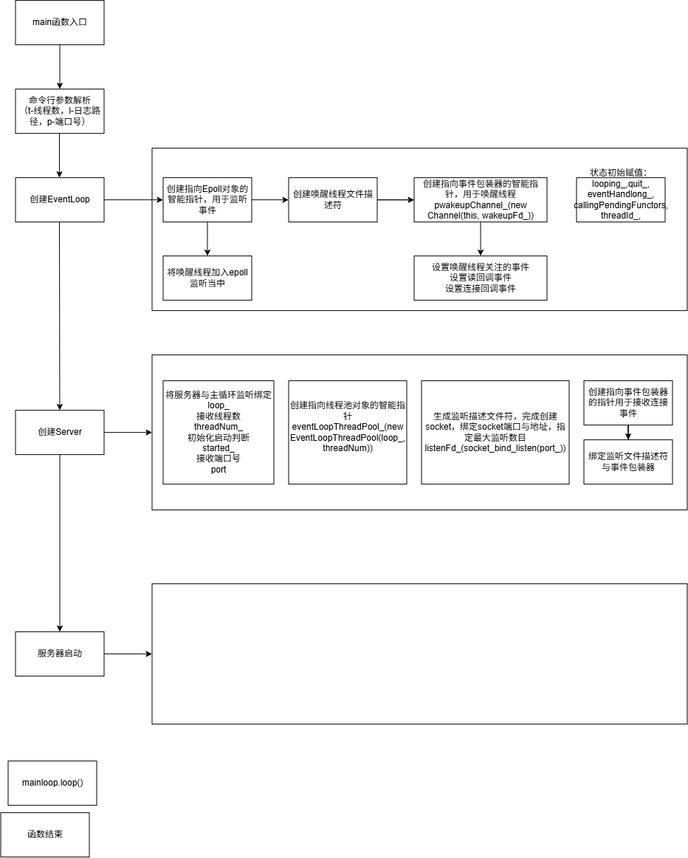
Smallwhile-huihiu/MyHttpServer keeps this draw.io diagram as codestreampicture.drawio.png. Above is the earlier version. Source tidied: cells renumbered, new cells last; positions are measured from the earlier drawing's top-left corner, leaving out a move shared by most shapes.
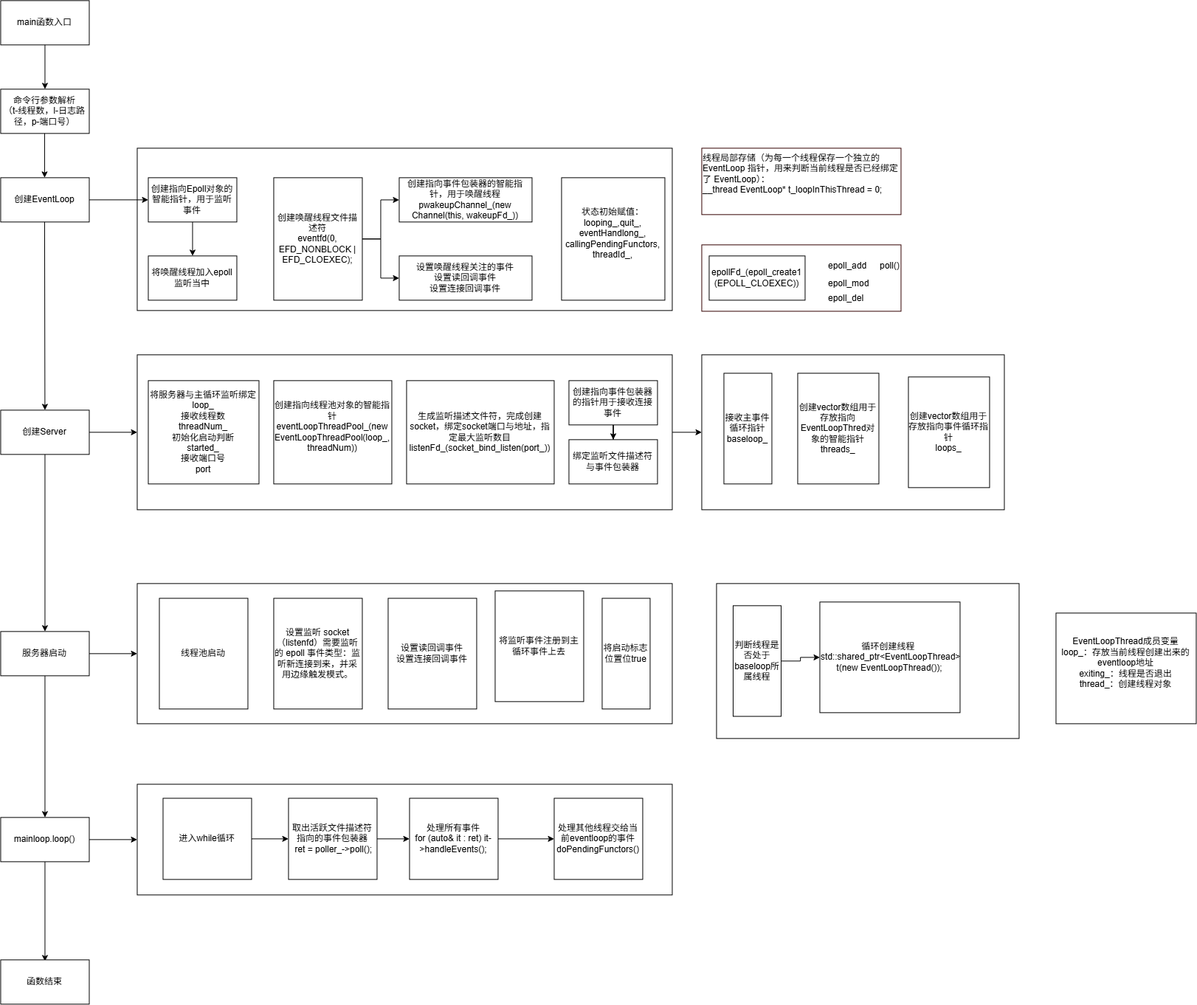
The same diagram one commit later.

What changed in the source:
```diff
@@ -42,15 +42,20 @@
         <mxPoint x="79.5" y="300" as="sourcePoint" />
       </mxGeometry>
     </mxCell>
+    <mxCell id="35" style="edgeStyle=orthogonalEdgeStyle;rounded=0;jettySize=auto;html=1;" parent="1" edge="1" source="13" target="44">
+      <mxGeometry relative="1" as="geometry" />
+    </mxCell>
+    <mxCell id="36" style="edgeStyle=orthogonalEdgeStyle;rounded=0;jettySize=auto;html=1;exitX=0.5;exitY=1;exitDx=0;exitDy=0;entryX=0.5;entryY=0;entryDx=0;entryDy=0;" parent="1" edge="1" source="13">
+      <mxGeometry relative="1" as="geometry">
+        <mxPoint x="80" y="1302" as="targetPoint" />
+      </mxGeometry>
+    </mxCell>
     <mxCell id="13" value="mainloop.loop()" style="rounded=0;whiteSpace=wrap;html=1;" parent="1" vertex="1">
-      <mxGeometry x="10" y="1030" width="120" height="60" as="geometry" />
+      <mxGeometry x="20" y="1107" width="120" height="60" as="geometry" />
     </mxCell>
     <mxCell id="14" value="函数结束" style="rounded=0;whiteSpace=wrap;html=1;" parent="1" vertex="1">
-      <mxGeometry y="1100" width="120" height="60" as="geometry" />
+      <mxGeometry x="20" y="1300" width="120" height="60" as="geometry" />
     </mxCell>
-    <mxCell id="15" style="edgeStyle=orthogonalEdgeStyle;rounded=0;jettySize=auto;html=1;" parent="1" edge="1" source="17" target="20">
-      <mxGeometry relative="1" as="geometry" />
-    </mxCell>
     <mxCell id="16" style="edgeStyle=orthogonalEdgeStyle;rounded=0;jettySize=auto;html=1;" parent="1" edge="1" source="17" target="24">
       <mxGeometry relative="1" as="geometry" />
     </mxCell>
@@ -63,11 +68,11 @@
     <mxCell id="19" style="edgeStyle=orthogonalEdgeStyle;rounded=0;jettySize=auto;html=1;" parent="1" edge="1" source="20" target="23">
       <mxGeometry relative="1" as="geometry" />
     </mxCell>
-    <mxCell id="20" value="创建唤醒线程文件描述符" style="rounded=0;whiteSpace=wrap;html=1;" parent="1" vertex="1">
-      <mxGeometry x="390" y="240" width="120" height="60" as="geometry" />
+    <mxCell id="20" value="创建唤醒线程文件描述符&lt;div&gt;eventfd(0, EFD_NONBLOCK | EFD_CLOEXEC);&lt;/div&gt;" style="rounded=0;whiteSpace=wrap;html=1;" parent="1" vertex="1">
+      <mxGeometry x="390" y="240" width="120" height="166" as="geometry" />
     </mxCell>
     <mxCell id="21" value="状态初始赋值：looping_,quit_,&lt;div&gt;eventHandlong_,&lt;/div&gt;&lt;div&gt;callingPendingFunctors,&lt;/div&gt;&lt;div&gt;threadId_,&lt;br&gt;&lt;div&gt;&lt;br&gt;&lt;/div&gt;&lt;/div&gt;" style="whiteSpace=wrap;html=1;rounded=0;" parent="1" vertex="1">
-      <mxGeometry x="780" y="240" width="120" height="60" as="geometry" />
+      <mxGeometry x="780" y="240" width="140" height="166" as="geometry" />
     </mxCell>
     <mxCell id="22" value="创建指向事件包装器的智能指针，用于唤醒线程&lt;div&gt;pwakeupChannel_(new Channel(this, wakeupFd_))&lt;/div&gt;" style="whiteSpace=wrap;html=1;rounded=0;" parent="1" vertex="1">
       <mxGeometry x="560" y="240" width="180" height="60" as="geometry" />
@@ -78,6 +83,9 @@
     <mxCell id="24" value="将唤醒线程加入epoll监听当中" style="whiteSpace=wrap;html=1;rounded=0;" parent="1" vertex="1">
       <mxGeometry x="220" y="346" width="120" height="60" as="geometry" />
     </mxCell>
+    <mxCell id="37" style="edgeStyle=orthogonalEdgeStyle;rounded=0;jettySize=auto;html=1;" parent="1" edge="1" source="25" target="59">
+      <mxGeometry relative="1" as="geometry" />
+    </mxCell>
     <mxCell id="25" style="whiteSpace=wrap;html=1;rounded=0;" parent="1" vertex="1">
       <mxGeometry x="205" y="480" width="725" height="210" as="geometry" />
     </mxCell>
@@ -102,11 +110,101 @@
     <mxCell id="32" style="edgeStyle=orthogonalEdgeStyle;rounded=0;jettySize=auto;html=1;entryX=0;entryY=0.5;entryDx=0;entryDy=0;" parent="1" edge="1" source="33" target="34">
       <mxGeometry relative="1" as="geometry" />
     </mxCell>
+    <mxCell id="38" style="edgeStyle=orthogonalEdgeStyle;rounded=0;jettySize=auto;html=1;exitX=0.5;exitY=1;exitDx=0;exitDy=0;entryX=0.5;entryY=0;entryDx=0;entryDy=0;" parent="1" edge="1" source="33" target="13">
+      <mxGeometry relative="1" as="geometry" />
+    </mxCell>
     <mxCell id="33" value="服务器启动" style="whiteSpace=wrap;html=1;rounded=0;" parent="1" vertex="1">
       <mxGeometry x="20" y="855" width="120" height="60" as="geometry" />
     </mxCell>
     <mxCell id="34" style="whiteSpace=wrap;html=1;rounded=0;" parent="1" vertex="1">
       <mxGeometry x="205" y="790" width="725" height="190" as="geometry" />
     </mxCell>
+    <mxCell id="39" value="线程池启动" style="rounded=0;whiteSpace=wrap;html=1;" parent="1" vertex="1">
+      <mxGeometry x="235" y="810" width="120" height="150" as="geometry" />
+    </mxCell>
+    <mxCell id="40" value="设置监听 socket（listenfd）需要监听的 epoll 事件类型：监听新连接到来，并采用边缘触发模式。" style="rounded=0;whiteSpace=wrap;html=1;" parent="1" vertex="1">
+      <mxGeometry x="390" y="810" width="120" height="150" as="geometry" />
+    </mxCell>
+    <mxCell id="41" value="设置读回调事件&lt;div&gt;设置连接回调事件&lt;/div&gt;" style="rounded=0;whiteSpace=wrap;html=1;" parent="1" vertex="1">
+      <mxGeometry x="545" y="810" width="120" height="150" as="geometry" />
+    </mxCell>
+    <mxCell id="42" value="将监听事件注册到主循环事件上去" style="rounded=0;whiteSpace=wrap;html=1;" parent="1" vertex="1">
+      <mxGeometry x="690" y="800" width="120" height="150" as="geometry" />
+    </mxCell>
+    <mxCell id="43" value="将启动标志位置位true" style="whiteSpace=wrap;html=1;rounded=0;" parent="1" vertex="1">
+      <mxGeometry x="835" y="810" width="65" height="150" as="geometry" />
+    </mxCell>
+    <mxCell id="44" style="rounded=0;whiteSpace=wrap;html=1;" parent="1" vertex="1">
+      <mxGeometry x="205" y="1062" width="725" height="150" as="geometry" />
+    </mxCell>
+    <mxCell id="45" style="edgeStyle=orthogonalEdgeStyle;rounded=0;jettySize=auto;html=1;" parent="1" edge="1" source="46" target="48">
+      <mxGeometry relative="1" as="geometry" />
+    </mxCell>
+    <mxCell id="46" value="进入while循环" style="rounded=0;whiteSpace=wrap;html=1;" parent="1" vertex="1">
+      <mxGeometry x="240" y="1081" width="120" height="110" as="geometry" />
+    </mxCell>
+    <mxCell id="47" style="edgeStyle=orthogonalEdgeStyle;rounded=0;jettySize=auto;html=1;" parent="1" edge="1" source="48" target="50">
+      <mxGeometry relative="1" as="geometry" />
+    </mxCell>
+    <mxCell id="48" value="取出活跃文件描述符指向的事件包装器&lt;div&gt;&amp;nbsp;ret = poller_-&amp;gt;poll();&lt;/div&gt;" style="whiteSpace=wrap;html=1;rounded=0;" parent="1" vertex="1">
+      <mxGeometry x="410" y="1081" width="120" height="110" as="geometry" />
+    </mxCell>
+    <mxCell id="49" style="edgeStyle=orthogonalEdgeStyle;rounded=0;jettySize=auto;html=1;entryX=0;entryY=0.5;entryDx=0;entryDy=0;" parent="1" edge="1" source="50" target="51">
+      <mxGeometry relative="1" as="geometry" />
+    </mxCell>
+    <mxCell id="50" value="处理所有事件&lt;div&gt;&lt;div&gt;for (auto&amp;amp; it : ret) it-&amp;gt;handleEvents();&lt;/div&gt;&lt;/div&gt;" style="whiteSpace=wrap;html=1;rounded=0;" parent="1" vertex="1">
+      <mxGeometry x="574" y="1081" width="120" height="110" as="geometry" />
+    </mxCell>
+    <mxCell id="51" value="处理其他线程交给当前eventloop的事件&lt;div&gt;doPendingFunctors()&lt;/div&gt;" style="whiteSpace=wrap;html=1;rounded=0;" parent="1" vertex="1">
+      <mxGeometry x="770" y="1081" width="120" height="110" as="geometry" />
+    </mxCell>
+    <mxCell id="52" value="线程局部存储（为每一个线程保存一个独立的 EventLoop 指针，用来判断当前线程是否已经绑定了 EventLoop）：&#10;__thread EventLoop* t_loopInThisThread = 0;" style="text;whiteSpace=wrap;strokeColor=#330000;" parent="1" vertex="1">
+      <mxGeometry x="970" y="200" width="270" height="90" as="geometry" />
+    </mxCell>
+    <mxCell id="53" style="text;whiteSpace=wrap;strokeColor=#330000;" parent="1" vertex="1">
+      <mxGeometry x="970" y="331" width="270" height="90" as="geometry" />
+    </mxCell>
+    <mxCell id="54" value="epollFd_(epoll_create1&lt;div&gt;(EPOLL_CLOEXEC))&lt;/div&gt;" style="rounded=0;whiteSpace=wrap;html=1;" parent="1" vertex="1">
+      <mxGeometry x="980" y="346" width="130" height="60" as="geometry" />
+    </mxCell>
+    <mxCell id="55" value="epoll_add" style="text;whiteSpace=wrap;" parent="1" vertex="1">
+      <mxGeometry x="1140" y="346" width="90" height="40" as="geometry" />
+    </mxCell>
+    <mxCell id="56" value="epoll_mod" style="text;whiteSpace=wrap;" parent="1" vertex="1">
+      <mxGeometry x="1140" y="370" width="90" height="40" as="geometry" />
+    </mxCell>
+    <mxCell id="57" value="epoll_del" style="text;whiteSpace=wrap;" parent="1" vertex="1">
+      <mxGeometry x="1140" y="390" width="80" height="40" as="geometry" />
+    </mxCell>
+    <mxCell id="58" value="poll()" style="text;whiteSpace=wrap;" parent="1" vertex="1">
+      <mxGeometry x="1210" y="346" width="60" height="40" as="geometry" />
+    </mxCell>
+    <mxCell id="59" style="whiteSpace=wrap;html=1;rounded=0;" parent="1" vertex="1">
+      <mxGeometry x="970" y="480" width="410" height="210" as="geometry" />
+    </mxCell>
+    <mxCell id="60" value="接收主事件循环指针&lt;div&gt;baseloop_&lt;/div&gt;" style="whiteSpace=wrap;html=1;rounded=0;" parent="1" vertex="1">
+      <mxGeometry x="1000" y="505" width="65" height="150" as="geometry" />
+    </mxCell>
+    <mxCell id="61" value="创建vector数组用于存放指向EventLoopThred对象的智能指针&lt;div&gt;threads_&lt;/div&gt;" style="whiteSpace=wrap;html=1;rounded=0;" parent="1" vertex="1">
+      <mxGeometry x="1100" y="505" width="110" height="150" as="geometry" />
+    </mxCell>
+    <mxCell id="62" value="创建vector数组用于存放指向事件循环指针&lt;div&gt;loops_&lt;/div&gt;" style="whiteSpace=wrap;html=1;rounded=0;" parent="1" vertex="1">
+      <mxGeometry x="1250" y="510" width="110" height="150" as="geometry" />
+    </mxCell>
+    <mxCell id="63" style="whiteSpace=wrap;html=1;rounded=0;" parent="1" vertex="1">
+      <mxGeometry x="990" y="790" width="410" height="210" as="geometry" />
+    </mxCell>
+    <mxCell id="64" style="edgeStyle=orthogonalEdgeStyle;rounded=0;jettySize=auto;html=1;" parent="1" edge="1" source="65" target="66">
+      <mxGeometry relative="1" as="geometry" />
+    </mxCell>
+    <mxCell id="65" value="判断线程是否处于baseloop所属线程" style="whiteSpace=wrap;html=1;rounded=0;" parent="1" vertex="1">
+      <mxGeometry x="1012.5" y="820" width="65" height="150" as="geometry" />
+    </mxCell>
+    <mxCell id="66" value="循环创建线程&lt;span style=&quot;background-color: transparent; color: light-dark(rgb(0, 0, 0), rgb(255, 255, 255));&quot;&gt;&amp;nbsp; &amp;nbsp;std::shared_ptr&amp;lt;EventLoopThread&amp;gt; t(new EventLoopThread());&lt;/span&gt;" style="whiteSpace=wrap;html=1;rounded=0;" parent="1" vertex="1">
+      <mxGeometry x="1130" y="815" width="190" height="150" as="geometry" />
+    </mxCell>
+    <mxCell id="67" value="EventLoopThread成员变量&lt;div&gt;loop_：存放当前线程创建出来的eventloop地址&lt;/div&gt;&lt;div&gt;exiting_：线程是否退出&lt;/div&gt;&lt;div&gt;thread_：创建线程对象&lt;/div&gt;&lt;div&gt;&lt;br&gt;&lt;/div&gt;" style="whiteSpace=wrap;html=1;rounded=0;" parent="1" vertex="1">
+      <mxGeometry x="1450" y="830" width="190" height="150" as="geometry" />
+    </mxCell>
   </root>
 </mxGraphModel>
```
